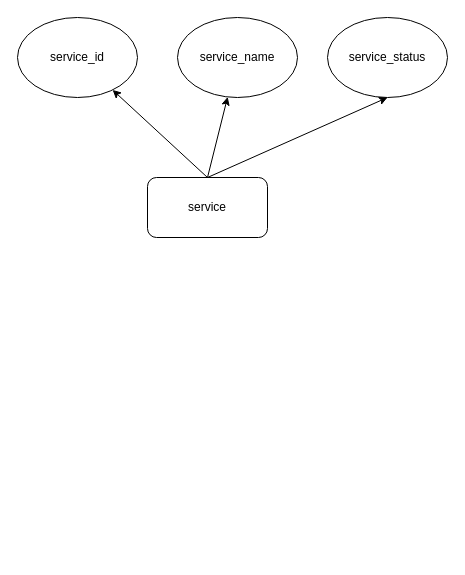
Earlier version of the draw.io diagram 未命名绘图.drawio (super-ll/testgit2). Source tidied: cells renumbered, new cells numbered last; positions are measured from the earlier drawing's top-left corner, leaving out a move shared by most shapes. Both pictures are drawn from the tidied source at 100%, with x=0, y=0 at pixel (17, 17).
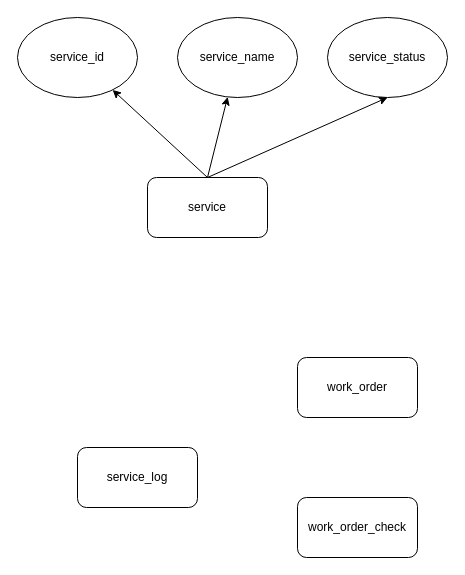
Above is the later version.

Commit message (it also covers changes not shown here):
更新未命名绘图.drawio

What changed in the source:
```diff
@@
 <mxGraphModel>
   <root>
     <mxCell id="0" />
     <mxCell id="1" parent="0" />
     <mxCell id="2" value="service" style="rounded=1;whiteSpace=wrap;html=1;" parent="1" vertex="1">
       <mxGeometry x="130" y="160" width="120" height="60" as="geometry" />
     </mxCell>
     <mxCell id="3" style="endArrow=classic;html=1;rounded=0;exitX=0.5;exitY=0;exitDx=0;exitDy=0;" parent="1" edge="1" source="2" target="4">
       <mxGeometry relative="1" as="geometry" />
     </mxCell>
     <mxCell id="4" value="service_id" style="ellipse;whiteSpace=wrap;html=1;" parent="1" vertex="1">
       <mxGeometry width="120" height="80" as="geometry" />
     </mxCell>
     <mxCell id="5" style="endArrow=classic;html=1;rounded=0;exitX=0.5;exitY=0;exitDx=0;exitDy=0;" parent="1" edge="1" source="2" target="6">
       <mxGeometry relative="1" as="geometry" />
     </mxCell>
     <mxCell id="6" value="service_name" style="ellipse;whiteSpace=wrap;html=1;" parent="1" vertex="1">
       <mxGeometry x="160" width="120" height="80" as="geometry" />
     </mxCell>
     <mxCell id="7" value="service_status" style="ellipse;whiteSpace=wrap;html=1;" parent="1" vertex="1">
       <mxGeometry x="310" width="120" height="80" as="geometry" />
     </mxCell>
     <mxCell id="8" style="endArrow=classic;html=1;rounded=0;exitX=0.5;exitY=0;exitDx=0;exitDy=0;entryX=0.5;entryY=1;entryDx=0;entryDy=0;" parent="1" edge="1" source="2" target="7">
       <mxGeometry relative="1" as="geometry" />
     </mxCell>
+    <mxCell id="9" value="work_order" style="rounded=1;whiteSpace=wrap;html=1;" parent="1" vertex="1">
+      <mxGeometry x="280" y="340" width="120" height="60" as="geometry" />
+    </mxCell>
+    <mxCell id="10" value="service_log" style="rounded=1;whiteSpace=wrap;html=1;" parent="1" vertex="1">
+      <mxGeometry x="60" y="430" width="120" height="60" as="geometry" />
+    </mxCell>
+    <mxCell id="11" value="work_order_check" style="rounded=1;whiteSpace=wrap;html=1;" parent="1" vertex="1">
+      <mxGeometry x="280" y="480" width="120" height="60" as="geometry" />
+    </mxCell>
   </root>
 </mxGraphModel>
```
